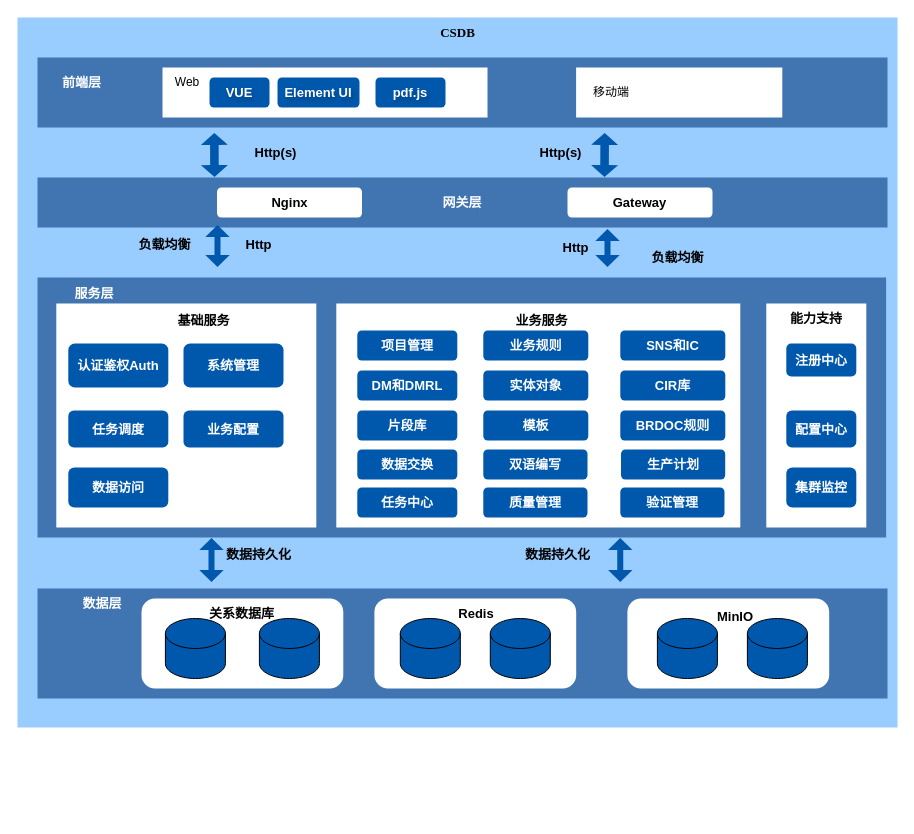
Before: 机载共性/技术架构设计.drawio in DemonHan/KuickBuy, a draw.io diagram. Source tidied: cells renumbered, new cells numbered last; positions are measured from the earlier drawing's top-left corner, leaving out a move shared by most shapes. Both pictures are drawn from the tidied source at 100%, with x=0, y=0 at pixel (17, 17).
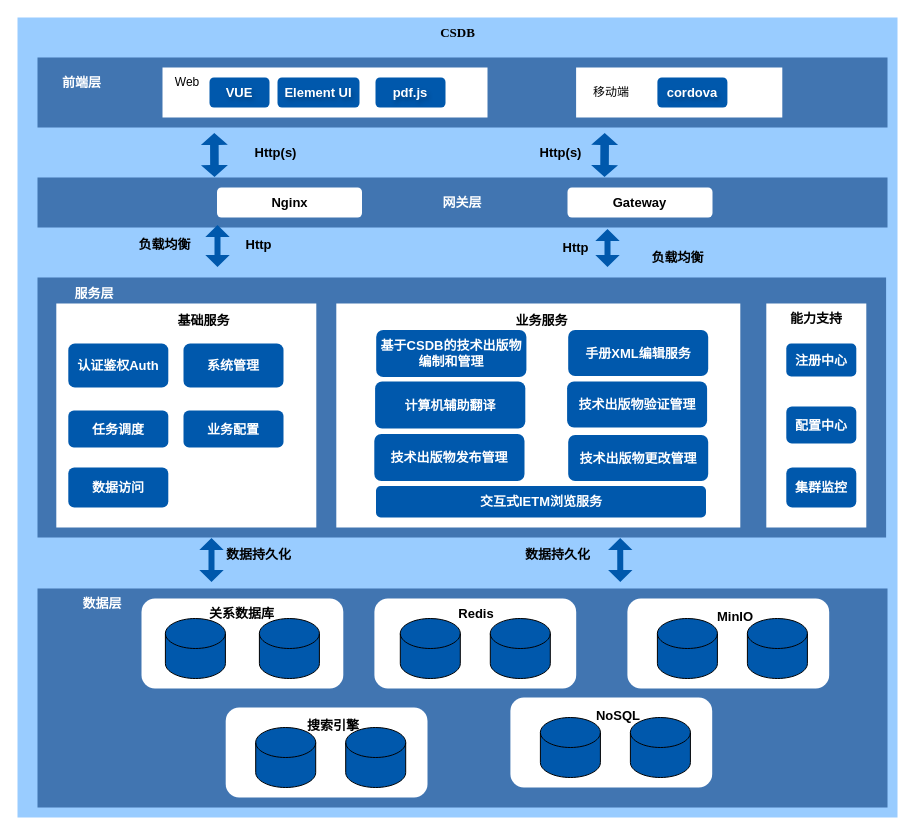
The same page after the edit.

Commit message (it also covers changes not shown here):
更新技术架构设计.drawio

Diff of the diagram source:
```diff
@@
     <mxCell id="2" style="rounded=0;whiteSpace=wrap;html=1;fillColor=#99CCFF;strokeColor=none;" parent="1" vertex="1">
-      <mxGeometry width="880" height="710" as="geometry" />
+      <mxGeometry width="880" height="800" as="geometry" />
     </mxCell>
@@
     <mxCell id="4" style="rounded=0;whiteSpace=wrap;html=1;fillColor=#4175B1;strokeColor=none;" parent="1" vertex="1">
-      <mxGeometry x="20" y="571" width="850" height="110" as="geometry" />
+      <mxGeometry x="20" y="571" width="850" height="219" as="geometry" />
     </mxCell>
@@
     <mxCell id="9" value="配置中心" style="rounded=1;whiteSpace=wrap;html=1;fontStyle=1;fontSize=13;strokeColor=none;fillColor=#0058AC;fontColor=#FFFFFF;" parent="1" vertex="1">
-      <mxGeometry x="768.8" y="393" width="70" height="37" as="geometry" />
+      <mxGeometry x="768.8" y="389" width="70" height="37" as="geometry" />
     </mxCell>
@@
-    <mxCell id="20" value="项目管理" style="rounded=1;whiteSpace=wrap;html=1;fontStyle=1;fontSize=13;strokeColor=none;fillColor=#0058AC;fontColor=#FFFFFF;" parent="1" vertex="1">
-      <mxGeometry x="339.8" y="313" width="100" height="30" as="geometry" />
+    <mxCell id="20" value="基于CSDB的技术出版物编制和管理" style="rounded=1;whiteSpace=wrap;html=1;fontStyle=1;fontSize=13;strokeColor=none;fillColor=#0058AC;fontColor=#FFFFFF;" parent="1" vertex="1">
+      <mxGeometry x="358.7" y="312.5" width="150.2" height="47" as="geometry" />
     </mxCell>
-    <mxCell id="21" value="DM和DMRL" style="rounded=1;whiteSpace=wrap;html=1;fontStyle=1;fontSize=13;strokeColor=none;fillColor=#0058AC;fontColor=#FFFFFF;" parent="1" vertex="1">
-      <mxGeometry x="339.8" y="353" width="100" height="30" as="geometry" />
-    </mxCell>
-    <mxCell id="22" value="片段库" style="rounded=1;whiteSpace=wrap;html=1;fontStyle=1;fontSize=13;strokeColor=none;fillColor=#0058AC;fontColor=#FFFFFF;" parent="1" vertex="1">
-      <mxGeometry x="339.8" y="393" width="100" height="30" as="geometry" />
-    </mxCell>
-    <mxCell id="23" value="业务规则" style="rounded=1;whiteSpace=wrap;html=1;fontStyle=1;fontSize=13;strokeColor=none;fillColor=#0058AC;fontColor=#FFFFFF;" parent="1" vertex="1">
-      <mxGeometry x="465.8" y="313" width="105" height="30" as="geometry" />
+    <mxCell id="23" value="手册XML编辑服务" style="rounded=1;whiteSpace=wrap;html=1;fontStyle=1;fontSize=13;strokeColor=none;fillColor=#0058AC;fontColor=#FFFFFF;" parent="1" vertex="1">
+      <mxGeometry x="550.7" y="312.5" width="140" height="46" as="geometry" />
     </mxCell>
-    <mxCell id="24" value="实体对象" style="rounded=1;whiteSpace=wrap;html=1;fontStyle=1;fontSize=13;strokeColor=none;fillColor=#0058AC;fontColor=#FFFFFF;" parent="1" vertex="1">
-      <mxGeometry x="465.8" y="353" width="105" height="30" as="geometry" />
-    </mxCell>
-    <mxCell id="25" value="模板" style="rounded=1;whiteSpace=wrap;html=1;fontStyle=1;fontSize=13;strokeColor=none;fillColor=#0058AC;fontColor=#FFFFFF;" parent="1" vertex="1">
-      <mxGeometry x="465.8" y="393" width="105" height="30" as="geometry" />
-    </mxCell>
@@
-    <mxCell id="28" value="SNS和IC" style="rounded=1;whiteSpace=wrap;html=1;fontStyle=1;fontSize=13;strokeColor=none;fillColor=#0058AC;fontColor=#FFFFFF;" parent="1" vertex="1">
-      <mxGeometry x="602.8" y="313" width="105" height="30" as="geometry" />
-    </mxCell>
-    <mxCell id="29" value="CIR库" style="rounded=1;whiteSpace=wrap;html=1;fontStyle=1;fontSize=13;strokeColor=none;fillColor=#0058AC;fontColor=#FFFFFF;" parent="1" vertex="1">
-      <mxGeometry x="602.8" y="353" width="105" height="30" as="geometry" />
-    </mxCell>
-    <mxCell id="30" value="BRDOC规则" style="rounded=1;whiteSpace=wrap;html=1;fontStyle=1;fontSize=13;strokeColor=none;fillColor=#0058AC;fontColor=#FFFFFF;" parent="1" vertex="1">
-      <mxGeometry x="602.8" y="393" width="105" height="30" as="geometry" />
-    </mxCell>
@@
-    <mxCell id="66" style="edgeStyle=orthogonalEdgeStyle;rounded=0;orthogonalLoop=1;jettySize=auto;html=1;exitX=0.5;exitY=1;exitDx=0;exitDy=0;" parent="1" edge="1" source="21" target="21">
-      <mxGeometry relative="1" as="geometry" />
+    <mxCell id="66" style="edgeStyle=orthogonalEdgeStyle;rounded=0;orthogonalLoop=1;jettySize=auto;html=1;exitX=0.5;exitY=1;exitDx=0;exitDy=0;" parent="1" edge="1">
+      <mxGeometry relative="1" as="geometry">
+        <mxPoint x="389.8" y="383" as="sourcePoint" />
+        <mxPoint x="389.8" y="383" as="targetPoint" />
+      </mxGeometry>
     </mxCell>
-    <mxCell id="67" value="数据交换" style="rounded=1;whiteSpace=wrap;html=1;fontStyle=1;fontSize=13;strokeColor=none;fillColor=#0058AC;fontColor=#FFFFFF;" parent="1" vertex="1">
-      <mxGeometry x="339.8" y="432" width="100" height="30" as="geometry" />
-    </mxCell>
-    <mxCell id="68" value="双语编写" style="rounded=1;whiteSpace=wrap;html=1;fontStyle=1;fontSize=13;strokeColor=none;fillColor=#0058AC;fontColor=#FFFFFF;" parent="1" vertex="1">
-      <mxGeometry x="465.8" y="432" width="104.2" height="30" as="geometry" />
-    </mxCell>
-    <mxCell id="69" value="生产计划" style="rounded=1;whiteSpace=wrap;html=1;fontStyle=1;fontSize=13;strokeColor=none;fillColor=#0058AC;fontColor=#FFFFFF;" parent="1" vertex="1">
-      <mxGeometry x="603.5" y="432" width="104.2" height="30" as="geometry" />
-    </mxCell>
-    <mxCell id="70" value="任务中心" style="rounded=1;whiteSpace=wrap;html=1;fontStyle=1;fontSize=13;strokeColor=none;fillColor=#0058AC;fontColor=#FFFFFF;" parent="1" vertex="1">
-      <mxGeometry x="339.8" y="470" width="100" height="30" as="geometry" />
-    </mxCell>
-    <mxCell id="71" value="质量管理" style="rounded=1;whiteSpace=wrap;html=1;fontStyle=1;fontSize=13;strokeColor=none;fillColor=#0058AC;fontColor=#FFFFFF;" parent="1" vertex="1">
-      <mxGeometry x="465.8" y="470" width="104.2" height="30" as="geometry" />
-    </mxCell>
-    <mxCell id="72" value="验证管理" style="rounded=1;whiteSpace=wrap;html=1;fontStyle=1;fontSize=13;strokeColor=none;fillColor=#0058AC;fontColor=#FFFFFF;" parent="1" vertex="1">
-      <mxGeometry x="602.8" y="470" width="104.2" height="30" as="geometry" />
-    </mxCell>
@@
+    <mxCell id="76" value="cordova" style="rounded=1;whiteSpace=wrap;html=1;fontStyle=1;fontSize=13;strokeColor=none;fillColor=#0058AC;textShadow=1;fontColor=#FFFFFF;" parent="1" vertex="1">
+      <mxGeometry x="639.9" y="60" width="70" height="30" as="geometry" />
+    </mxCell>
+    <mxCell id="77" value="计算机辅助翻译" style="rounded=1;whiteSpace=wrap;html=1;fontStyle=1;fontSize=13;strokeColor=none;fillColor=#0058AC;fontColor=#FFFFFF;" parent="1" vertex="1">
+      <mxGeometry x="357.6" y="364" width="150.2" height="47" as="geometry" />
+    </mxCell>
+    <mxCell id="78" value="技术出版物验证管理" style="rounded=1;whiteSpace=wrap;html=1;fontStyle=1;fontSize=13;strokeColor=none;fillColor=#0058AC;fontColor=#FFFFFF;" parent="1" vertex="1">
+      <mxGeometry x="549.6" y="364" width="140" height="46" as="geometry" />
+    </mxCell>
+    <mxCell id="79" value="技术出版物发布管理" style="rounded=1;whiteSpace=wrap;html=1;fontStyle=1;fontSize=13;strokeColor=none;fillColor=#0058AC;fontColor=#FFFFFF;" parent="1" vertex="1">
+      <mxGeometry x="356.8" y="416.5" width="150.2" height="47" as="geometry" />
+    </mxCell>
+    <mxCell id="80" value="技术出版物更改管理" style="rounded=1;whiteSpace=wrap;html=1;fontStyle=1;fontSize=13;strokeColor=none;fillColor=#0058AC;fontColor=#FFFFFF;" parent="1" vertex="1">
+      <mxGeometry x="550.7" y="417.5" width="140" height="46" as="geometry" />
+    </mxCell>
+    <mxCell id="81" value="交互式IETM浏览服务" style="rounded=1;whiteSpace=wrap;html=1;fontStyle=1;fontSize=13;strokeColor=none;fillColor=#0058AC;fontColor=#FFFFFF;" parent="1" vertex="1">
+      <mxGeometry x="358.5" y="468.5" width="330" height="31.5" as="geometry" />
+    </mxCell>
+    <mxCell id="82" style="rounded=1;whiteSpace=wrap;html=1;dashed=1;fontStyle=1;fontSize=13;fillColor=#FFFFFF;strokeColor=none;" parent="1" vertex="1">
+      <mxGeometry x="208.2" y="690" width="201.8" height="90" as="geometry" />
+    </mxCell>
+    <mxCell id="83" value="搜索引擎" style="text;html=1;align=center;verticalAlign=middle;whiteSpace=wrap;rounded=0;fontStyle=1;fontSize=13;strokeColor=none;fontColor=#000000;" parent="1" vertex="1">
+      <mxGeometry x="286" y="693" width="60" height="30" as="geometry" />
+    </mxCell>
+    <mxCell id="84" style="shape=cylinder3;whiteSpace=wrap;html=1;boundedLbl=1;backgroundOutline=1;size=15;fontStyle=1;fontSize=13;strokeColor=default;fillColor=#0058AC;" parent="1" vertex="1">
+      <mxGeometry x="238.2" y="710" width="60" height="60" as="geometry" />
+    </mxCell>
+    <mxCell id="85" style="shape=cylinder3;whiteSpace=wrap;html=1;boundedLbl=1;backgroundOutline=1;size=15;fontStyle=1;fontSize=13;strokeColor=default;fillColor=#0058AC;" parent="1" vertex="1">
+      <mxGeometry x="328.2" y="710" width="60" height="60" as="geometry" />
+    </mxCell>
+    <mxCell id="86" style="rounded=1;whiteSpace=wrap;html=1;dashed=1;fontStyle=1;fontSize=13;fillColor=#FFFFFF;strokeColor=none;" parent="1" vertex="1">
+      <mxGeometry x="492.9" y="680" width="201.8" height="90" as="geometry" />
+    </mxCell>
+    <mxCell id="87" value="NoSQL" style="text;html=1;align=center;verticalAlign=middle;whiteSpace=wrap;rounded=0;fontStyle=1;fontSize=13;strokeColor=none;fontColor=#000000;" parent="1" vertex="1">
+      <mxGeometry x="570.6" y="683" width="60" height="30" as="geometry" />
+    </mxCell>
+    <mxCell id="88" style="shape=cylinder3;whiteSpace=wrap;html=1;boundedLbl=1;backgroundOutline=1;size=15;fontStyle=1;fontSize=13;strokeColor=default;fillColor=#0058AC;" parent="1" vertex="1">
+      <mxGeometry x="522.9" y="700" width="60" height="60" as="geometry" />
+    </mxCell>
+    <mxCell id="89" style="shape=cylinder3;whiteSpace=wrap;html=1;boundedLbl=1;backgroundOutline=1;size=15;fontStyle=1;fontSize=13;strokeColor=default;fillColor=#0058AC;" parent="1" vertex="1">
+      <mxGeometry x="612.9" y="700" width="60" height="60" as="geometry" />
+    </mxCell>
```
